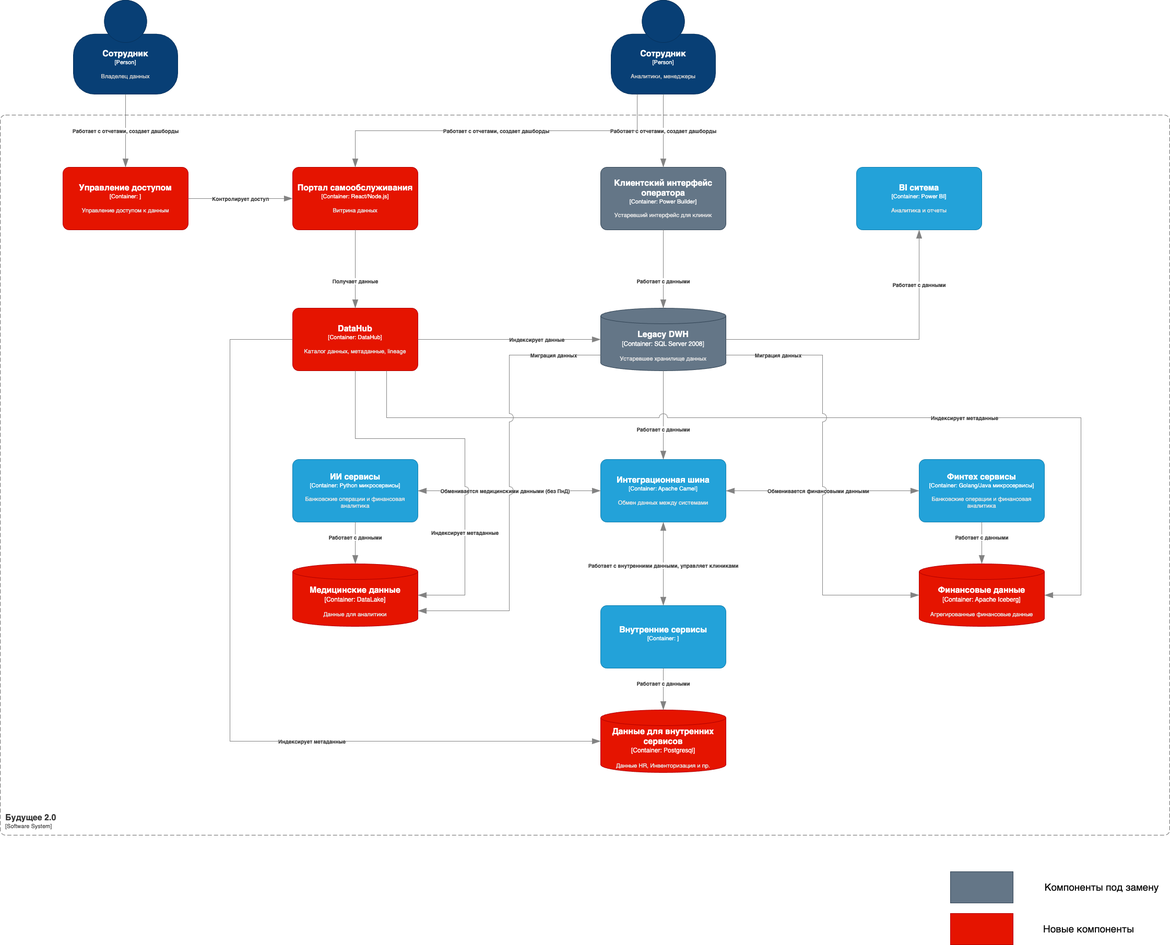
The draw.io diagram Task1/c4_containers.drawio.png in n1654/architecture-future_2_0, before a commit. Source tidied: cells renumbered, new cells last; positions are measured from the earlier drawing's top-left corner, leaving out a move shared by most shapes.
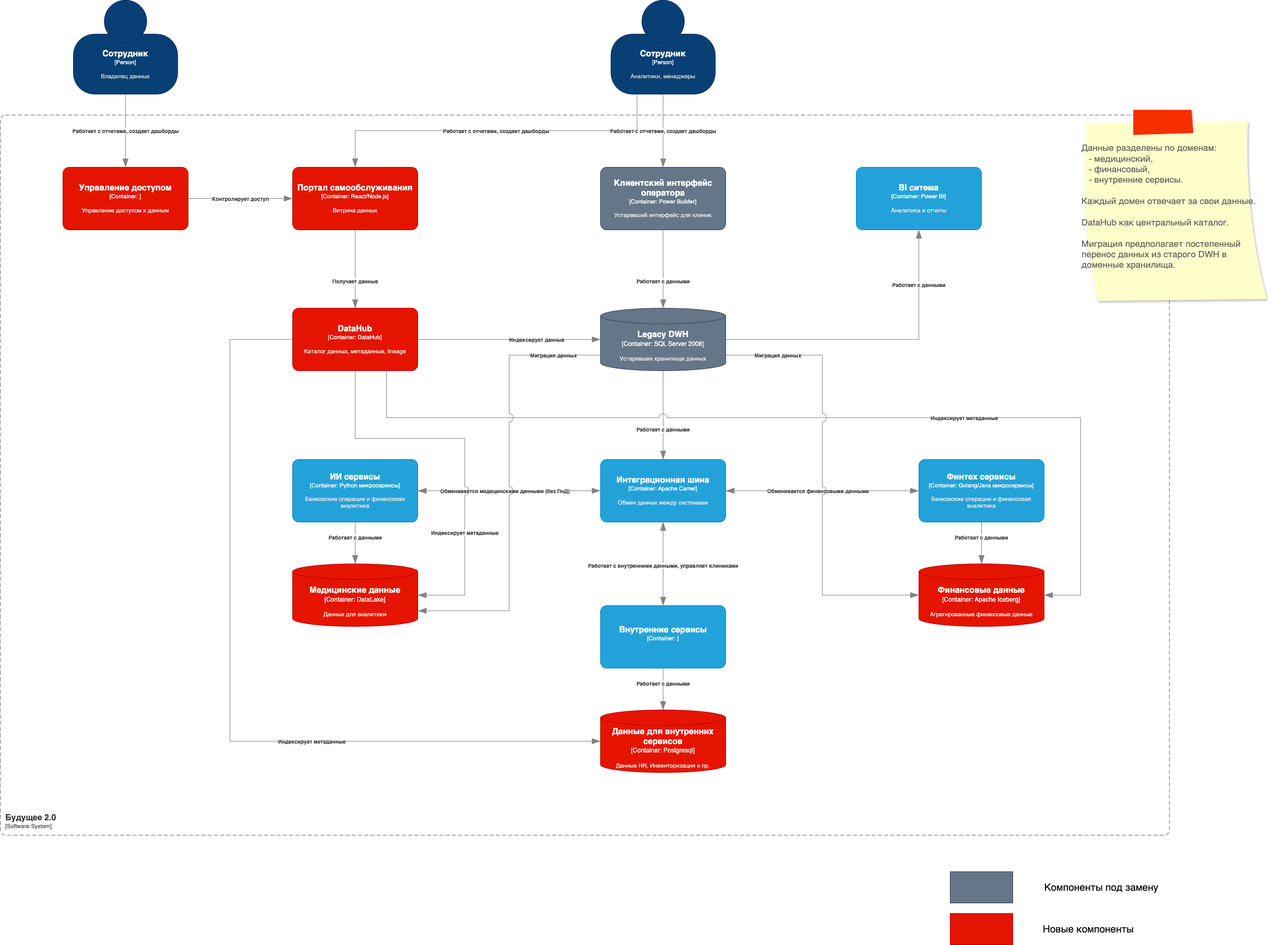
Later version of the same file.

Commit message:
task1: refine

The edit, as a diff of the source:
```diff
@@ -221,5 +221,8 @@
         <mxGeometry x="-0.76" relative="1" as="geometry" />
       </mxCell>
     </object>
+    <mxCell id="42" value="&lt;div&gt;Данные разделены по доменам:&lt;br&gt;&amp;nbsp; &amp;nbsp;- медицинский, &lt;br&gt;&amp;nbsp; &amp;nbsp;- финансовый, &lt;br&gt;&amp;nbsp; &amp;nbsp;- внутренние сервисы.&lt;br&gt;&lt;br&gt;&lt;/div&gt;&lt;div&gt;Каждый домен отвечает за свои данные.&lt;/div&gt;&lt;div&gt;&lt;br&gt;DataHub как центральный каталог.&lt;/div&gt;&lt;div&gt;&lt;br&gt;&lt;/div&gt;&lt;div&gt;Миграция предполагает п&lt;span style=&quot;background-color: transparent; color: light-dark(rgb(102, 102, 102), rgb(149, 149, 149));&quot;&gt;остепенный перенос данных из старого DWH в доменные хранилища.&lt;/span&gt;&lt;/div&gt;" style="strokeWidth=1;shadow=1;dashed=0;align=left;html=1;shape=mxgraph.mockup.text.stickyNote2;fontColor=#666666;mainText=;fontSize=17;whiteSpace=wrap;fillColor=#ffffcc;strokeColor=#F62E00;" parent="1" vertex="1">
+      <mxGeometry x="2070" y="210" width="360" height="370" as="geometry" />
+    </mxCell>
   </root>
 </mxGraphModel>
```
